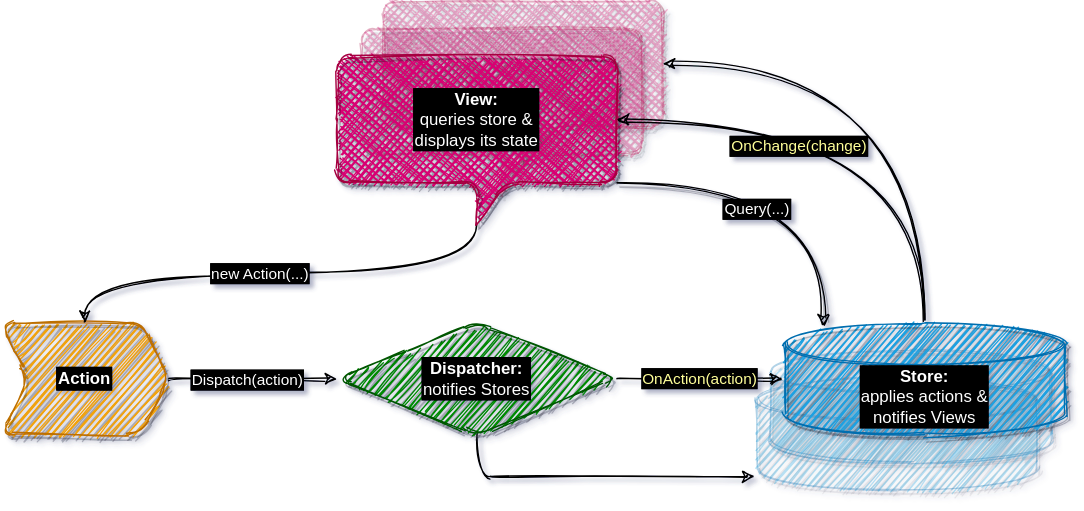
This is Slides/Fusion_v2/diagrams/vs/flux.dio.svg from alexyakunin/Stl.Fusion.Materials, a draw.io export, as it was before one commit. Source tidied: cells renumbered, new cells last; positions are measured from the earlier drawing's top-left corner, leaving out a move shared by most shapes.
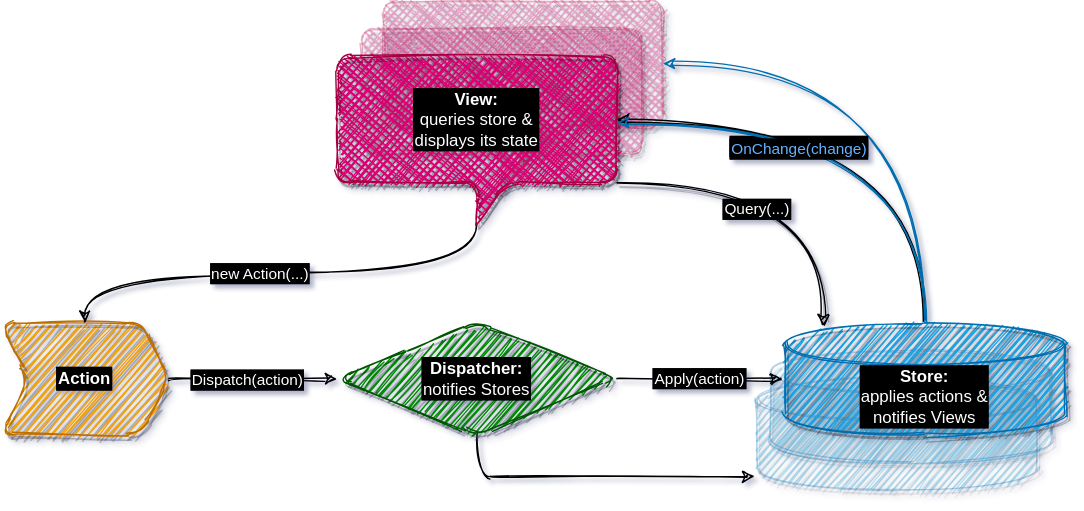
The same file after the commit.

Change to the diagram source:
```diff
@@ -23,7 +23,7 @@
     <mxCell id="6" style="shape=cylinder3;whiteSpace=wrap;html=1;boundedLbl=1;backgroundOutline=1;size=15;shadow=1;fillColor=#1ba1e2;strokeColor=#006EAF;strokeWidth=1;perimeterSpacing=2;labelBackgroundColor=#000000;labelBorderColor=#000000;sketch=1;rounded=1;opacity=30;fontColor=#FFFFFF;" parent="1" vertex="1">
       <mxGeometry x="540" y="270" width="200" height="80" as="geometry" />
     </mxCell>
-    <mxCell id="7" style="edgeStyle=orthogonalEdgeStyle;curved=1;rounded=0;sketch=1;jettySize=auto;html=1;exitX=0.5;exitY=0;exitDx=0;exitDy=0;exitPerimeter=0;entryX=0;entryY=0;entryDx=200;entryDy=45;entryPerimeter=0;labelBackgroundColor=#000000;fontColor=#FFFFFF;labelBorderColor=#000000;" parent="1" edge="1" source="8" target="2">
+    <mxCell id="7" style="edgeStyle=orthogonalEdgeStyle;curved=1;rounded=0;sketch=1;jettySize=auto;html=1;exitX=0.5;exitY=0;exitDx=0;exitDy=0;exitPerimeter=0;entryX=0;entryY=0;entryDx=200;entryDy=45;entryPerimeter=0;labelBackgroundColor=#000000;fontColor=#FFFFFF;labelBorderColor=#000000;fillColor=#1ba1e2;strokeColor=#006EAF;" parent="1" edge="1" source="8" target="2">
       <mxGeometry relative="1" as="geometry">
         <Array as="points">
           <mxPoint x="660" y="45" />
@@ -66,7 +66,7 @@
     <mxCell id="17" value="&lt;b&gt;View:&lt;br&gt;&lt;/b&gt;queries store &amp;amp;&lt;br&gt;displays its state" style="shape=callout;whiteSpace=wrap;html=1;perimeter=calloutPerimeter;rounded=1;shadow=1;labelBackgroundColor=#000000;sketch=1;strokeWidth=1;fillColor=#d80073;strokeColor=#A50040;fillStyle=cross-hatch;fontColor=#FFFFFF;labelBorderColor=#000000;" parent="1" vertex="1">
       <mxGeometry x="240" y="40" width="200" height="120" as="geometry" />
     </mxCell>
-    <mxCell id="18" value="OnAction(action)" style="edgeStyle=orthogonalEdgeStyle;curved=1;rounded=0;sketch=1;jettySize=auto;html=1;exitX=1;exitY=0.5;exitDx=0;exitDy=0;entryX=0;entryY=0.5;entryDx=0;entryDy=0;entryPerimeter=0;labelBackgroundColor=#000000;labelBorderColor=#000000;fontColor=#FFFF99;" parent="1" edge="1" source="4" target="8">
+    <mxCell id="18" value="&lt;font color=&quot;#ffffff&quot;&gt;Apply(action)&lt;/font&gt;" style="edgeStyle=orthogonalEdgeStyle;curved=1;rounded=0;sketch=1;jettySize=auto;html=1;exitX=1;exitY=0.5;exitDx=0;exitDy=0;entryX=0;entryY=0.5;entryDx=0;entryDy=0;entryPerimeter=0;labelBackgroundColor=#000000;labelBorderColor=#000000;fontColor=#FFFF99;" parent="1" edge="1" source="4" target="8">
       <mxGeometry relative="1" as="geometry" />
     </mxCell>
     <mxCell id="19" style="edgeStyle=orthogonalEdgeStyle;curved=1;rounded=0;sketch=1;jettySize=auto;html=1;exitX=0.5;exitY=0;exitDx=0;exitDy=0;exitPerimeter=0;entryX=0;entryY=0;entryDx=200;entryDy=45;entryPerimeter=0;labelBackgroundColor=#000000;fontColor=#FFFFFF;labelBorderColor=#000000;" parent="1" edge="1" source="8" target="17">
@@ -79,5 +79,17 @@
     <mxCell id="20" value="OnChange(change)" style="edgeLabel;html=1;align=center;verticalAlign=middle;labelBackgroundColor=#000000;labelBorderColor=#000000;fontColor=#FFFF99;" parent="19" vertex="1">
       <mxGeometry x="0.29" y="18" relative="1" as="geometry" />
     </mxCell>
+    <mxCell id="21" style="edgeStyle=orthogonalEdgeStyle;curved=1;rounded=0;sketch=1;orthogonalLoop=1;jettySize=auto;html=1;exitX=0.5;exitY=0;exitDx=0;exitDy=0;exitPerimeter=0;entryX=0;entryY=0;entryDx=200;entryDy=45;entryPerimeter=0;labelBackgroundColor=#000000;fontColor=#FFFFFF;labelBorderColor=#000000;fillColor=#1ba1e2;strokeColor=#006EAF;" parent="1" edge="1">
+      <mxGeometry relative="1" as="geometry">
+        <mxPoint x="660" y="230" as="sourcePoint" />
+        <mxPoint x="440" y="87" as="targetPoint" />
+        <Array as="points">
+          <mxPoint x="660" y="87" />
+        </Array>
+      </mxGeometry>
+    </mxCell>
+    <mxCell id="22" value="OnChange(change)" style="edgeLabel;html=1;align=center;verticalAlign=middle;labelBackgroundColor=#000000;labelBorderColor=#000000;fontColor=#66B2FF;" parent="21" vertex="1">
+      <mxGeometry x="0.29" y="18" relative="1" as="geometry" />
+    </mxCell>
   </root>
 </mxGraphModel>
```
